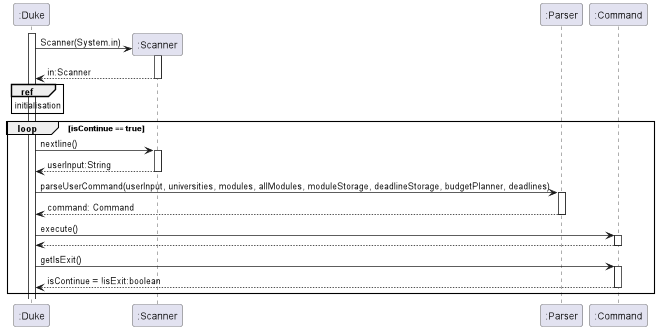
Earlier version of the PlantUML export docs/diagrams/DukeHighLevel.png (nus-cs2113-AY2223S2/tp). The source it was exported from:
```plantuml
@startuml


activate ":Duke"
create ":Scanner"
":Duke" -> ":Scanner" : Scanner(System.in)
activate ":Scanner"
":Duke" <-- ":Scanner" : in:Scanner
deactivate ":Scanner"
ref over ":Duke"
initialisation
end
loop isContinue == true
":Duke" -> ":Scanner" : nextline()
activate ":Scanner"
":Duke" <-- ":Scanner" : userInput:String
deactivate ":Scanner"
":Duke" -> ":Parser" : parseUserCommand(userInput, universities, modules, allModules, moduleStorage, deadlineStorage, budgetPlanner, deadlines)
activate ":Parser"
":Duke" <-- ":Parser" : command: Command
deactivate ":Parser"
":Duke" -> ":Command" : execute()
activate ":Command"
":Duke" <-- ":Command"
deactivate ":Command"
":Duke" -> ":Command" : getIsExit()
activate ":Command"
":Duke" <-- ":Command" : isContinue = !isExit:boolean
deactivate ":Command"
end


@enduml
```
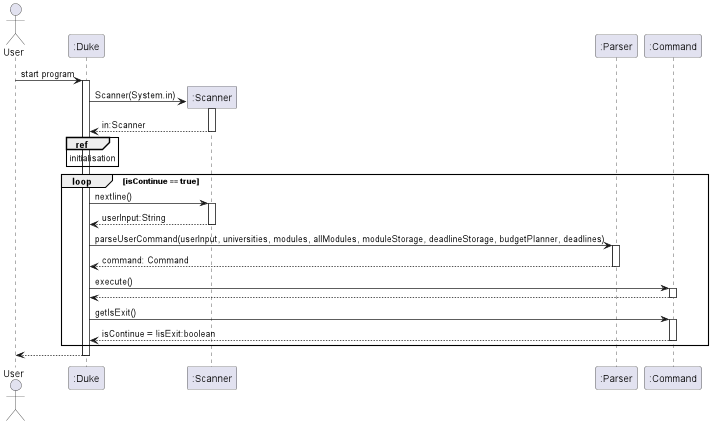
After the commit.

Commit message:
Add Duke High Level Sequence diagram

The edit, as a diff of the source:
```diff
@@ -1,6 +1,6 @@
 @startuml
-
-
+actor User
+User -> ":Duke" : start program
 activate ":Duke"
 create ":Scanner"
 ":Duke" -> ":Scanner" : Scanner(System.in)
@@ -28,6 +28,8 @@
 ":Duke" <-- ":Command" : isContinue = !isExit:boolean
 deactivate ":Command"
 end
+":Duke" --> User
+deactivate ":Duke"
 
 
 @enduml
```
